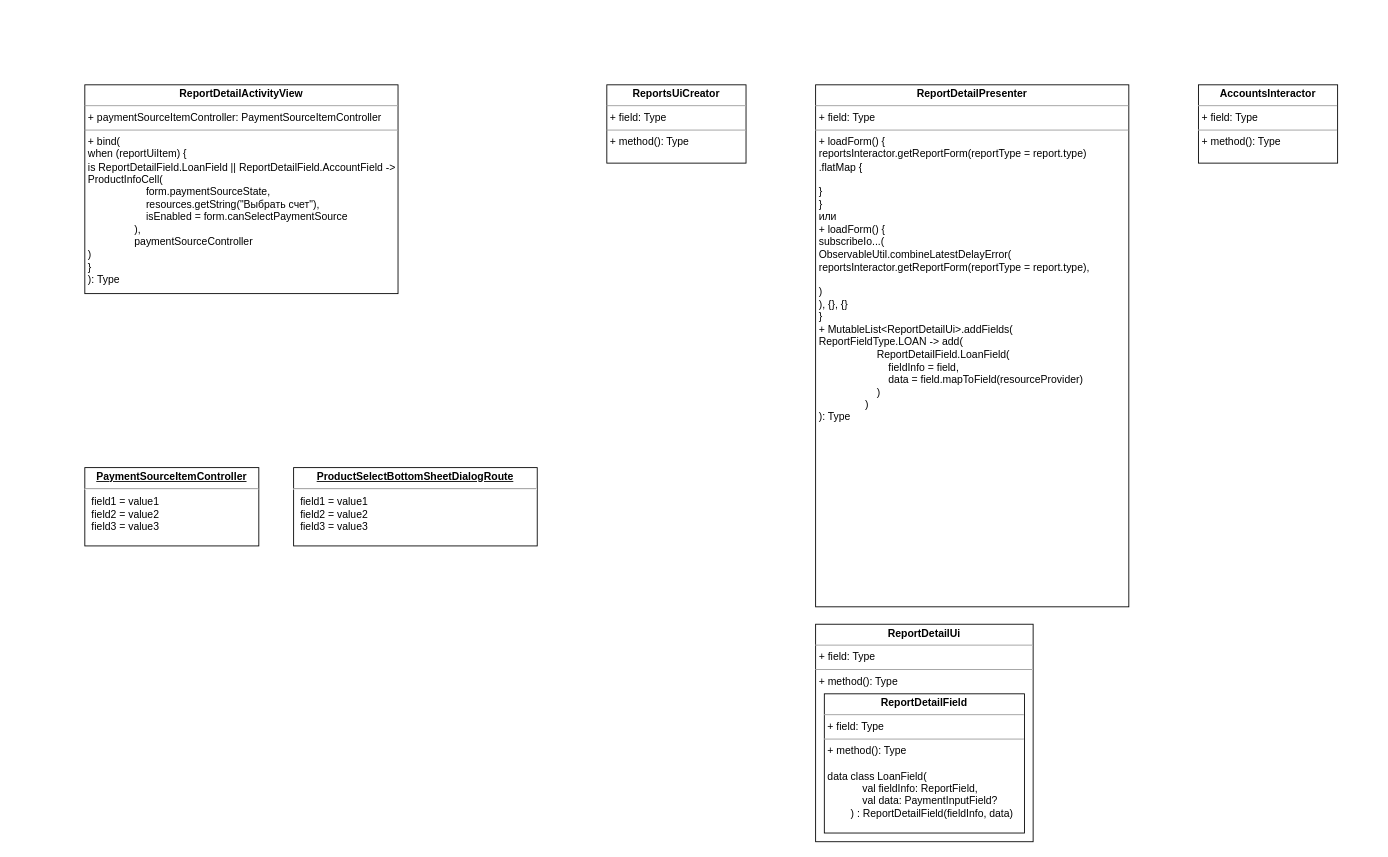
ShiryaevNikolay/diagrams keeps this draw.io diagram as UNI-14812.drawio. Above is the earlier version. Source tidied: cells renumbered, new cells numbered last; positions are measured from the earlier drawing's top-left corner, leaving out a move shared by most shapes. Both pictures are drawn from the tidied source at 87%, with x=0, y=0 at pixel (84, 84).
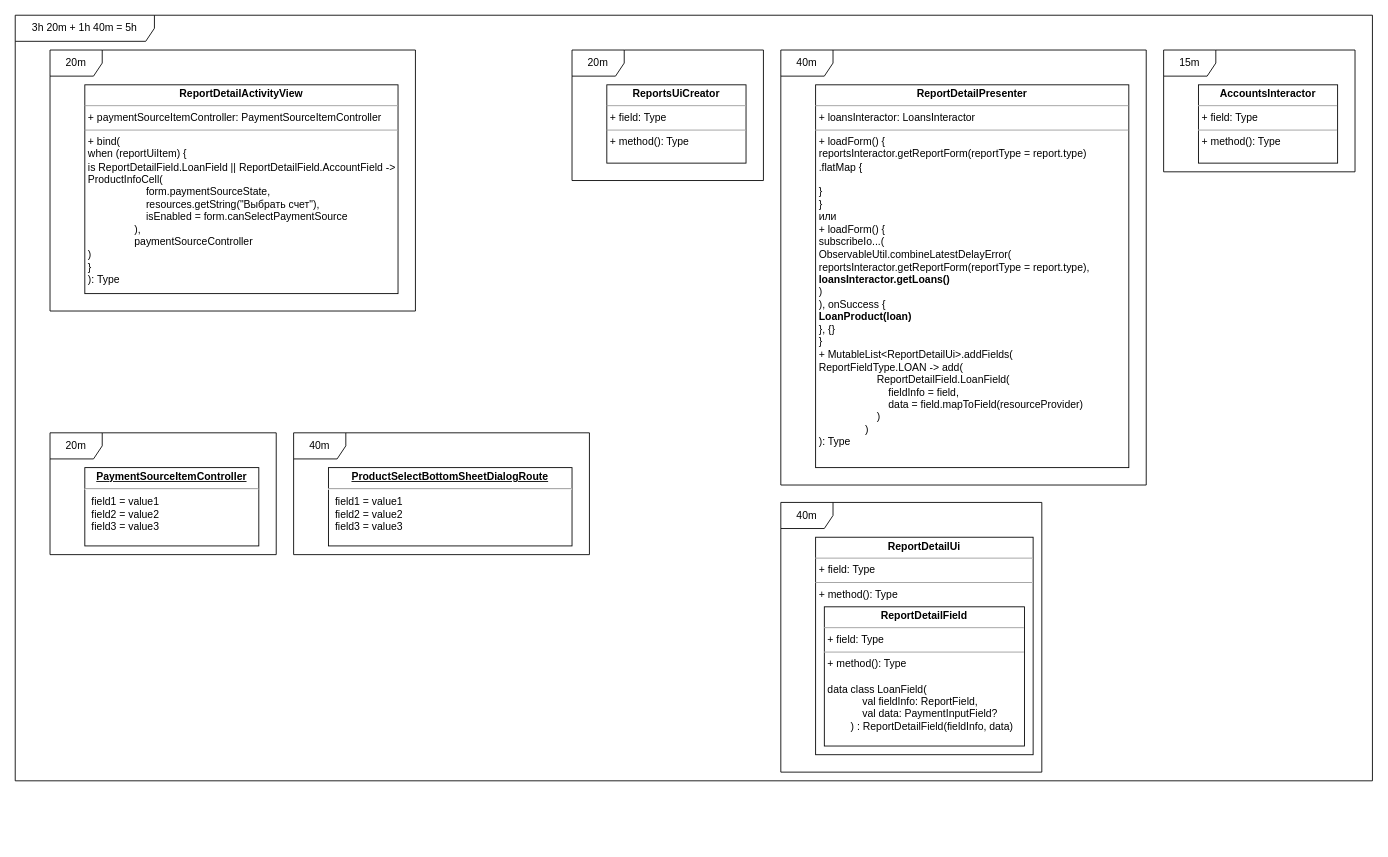
Above is the later version.

Diff of the diagram source:
```diff
@@
 <mxGraphModel>
   <root>
     <mxCell id="0" />
     <mxCell id="1" parent="0" />
     <mxCell id="2" value="&lt;p style=&quot;margin: 0px ; margin-top: 4px ; text-align: center&quot;&gt;&lt;b&gt;ReportDetailActivityView&lt;/b&gt;&lt;/p&gt;&lt;hr size=&quot;1&quot;&gt;&lt;p style=&quot;margin: 0px ; margin-left: 4px&quot;&gt;+ paymentSourceItemController: PaymentSourceItemController&lt;/p&gt;&lt;hr size=&quot;1&quot;&gt;&lt;p style=&quot;margin: 0px ; margin-left: 4px&quot;&gt;+ bind(&lt;/p&gt;&lt;p style=&quot;margin: 0px ; margin-left: 4px&quot;&gt;when (reportUiItem) {&lt;/p&gt;&lt;p style=&quot;margin: 0px ; margin-left: 4px&quot;&gt;is ReportDetailField.LoanField || ReportDetailField.AccountField -&amp;gt; add(&lt;/p&gt;&lt;p style=&quot;margin: 0px ; margin-left: 4px&quot;&gt;ProductInfoCell(&lt;br&gt;&amp;nbsp;&amp;nbsp;&amp;nbsp;&amp;nbsp;&amp;nbsp;&amp;nbsp;&amp;nbsp;&amp;nbsp;&amp;nbsp;&amp;nbsp;&amp;nbsp;&amp;nbsp;&amp;nbsp;&amp;nbsp;&amp;nbsp;&amp;nbsp;&amp;nbsp;&amp;nbsp;&amp;nbsp; form.paymentSourceState,&lt;br&gt;&amp;nbsp;&amp;nbsp;&amp;nbsp;&amp;nbsp;&amp;nbsp;&amp;nbsp;&amp;nbsp;&amp;nbsp;&amp;nbsp;&amp;nbsp;&amp;nbsp;&amp;nbsp;&amp;nbsp;&amp;nbsp;&amp;nbsp;&amp;nbsp;&amp;nbsp;&amp;nbsp;&amp;nbsp; resources.getString(&quot;Выбрать счет&quot;),&lt;br&gt;&amp;nbsp;&amp;nbsp;&amp;nbsp;&amp;nbsp;&amp;nbsp;&amp;nbsp;&amp;nbsp;&amp;nbsp;&amp;nbsp;&amp;nbsp;&amp;nbsp;&amp;nbsp;&amp;nbsp;&amp;nbsp;&amp;nbsp;&amp;nbsp;&amp;nbsp;&amp;nbsp;&amp;nbsp; isEnabled = form.canSelectPaymentSource&lt;br&gt;&amp;nbsp;&amp;nbsp;&amp;nbsp;&amp;nbsp;&amp;nbsp;&amp;nbsp;&amp;nbsp;&amp;nbsp;&amp;nbsp;&amp;nbsp;&amp;nbsp;&amp;nbsp;&amp;nbsp;&amp;nbsp;&amp;nbsp; ),&lt;br&gt;&amp;nbsp;&amp;nbsp;&amp;nbsp;&amp;nbsp;&amp;nbsp;&amp;nbsp;&amp;nbsp;&amp;nbsp;&amp;nbsp;&amp;nbsp;&amp;nbsp;&amp;nbsp;&amp;nbsp;&amp;nbsp;&amp;nbsp; paymentSourceController&lt;br&gt;&lt;/p&gt;&lt;p style=&quot;margin: 0px ; margin-left: 4px&quot;&gt;)&lt;br&gt;&lt;/p&gt;&lt;p style=&quot;margin: 0px ; margin-left: 4px&quot;&gt;}&lt;br&gt;&lt;/p&gt;&lt;p style=&quot;margin: 0px ; margin-left: 4px&quot;&gt;): Type&lt;/p&gt;" style="verticalAlign=top;align=left;overflow=fill;fontSize=12;fontFamily=Helvetica;html=1;" parent="1" vertex="1">
       <mxGeometry width="360" height="240" as="geometry" />
     </mxCell>
     <mxCell id="3" value="&lt;p style=&quot;margin: 0px ; margin-top: 4px ; text-align: center ; text-decoration: underline&quot;&gt;&lt;b&gt;PaymentSourceItemController&lt;/b&gt;&lt;/p&gt;&lt;hr&gt;&lt;p style=&quot;margin: 0px ; margin-left: 8px&quot;&gt;field1 = value1&lt;br&gt;field2 = value2&lt;br&gt;field3 = value3&lt;/p&gt;" style="verticalAlign=top;align=left;overflow=fill;fontSize=12;fontFamily=Helvetica;html=1;" parent="1" vertex="1">
       <mxGeometry y="440" width="200" height="90" as="geometry" />
     </mxCell>
     <mxCell id="4" value="&lt;p style=&quot;margin: 0px ; margin-top: 4px ; text-align: center ; text-decoration: underline&quot;&gt;&lt;b&gt;ProductSelectBottomSheetDialogRoute&lt;/b&gt;&lt;/p&gt;&lt;hr&gt;&lt;p style=&quot;margin: 0px ; margin-left: 8px&quot;&gt;field1 = value1&lt;br&gt;field2 = value2&lt;br&gt;field3 = value3&lt;/p&gt;" style="verticalAlign=top;align=left;overflow=fill;fontSize=12;fontFamily=Helvetica;html=1;" parent="1" vertex="1">
-      <mxGeometry x="240" y="440" width="280" height="90" as="geometry" />
+      <mxGeometry x="280" y="440" width="280" height="90" as="geometry" />
     </mxCell>
-    <mxCell id="5" value="&lt;p style=&quot;margin: 0px ; margin-top: 4px ; text-align: center&quot;&gt;&lt;b&gt;ReportDetailPresenter&lt;/b&gt;&lt;/p&gt;&lt;hr size=&quot;1&quot;&gt;&lt;p style=&quot;margin: 0px ; margin-left: 4px&quot;&gt;+ field: Type&lt;/p&gt;&lt;hr size=&quot;1&quot;&gt;&lt;p style=&quot;margin: 0px ; margin-left: 4px&quot;&gt;+ loadForm() {&lt;/p&gt;&lt;p style=&quot;margin: 0px ; margin-left: 4px&quot;&gt;reportsInteractor.getReportForm(reportType = report.type)&lt;/p&gt;&lt;p style=&quot;margin: 0px ; margin-left: 4px&quot;&gt;.flatMap {&lt;/p&gt;&lt;p style=&quot;margin: 0px ; margin-left: 4px&quot;&gt;&lt;br&gt;&lt;/p&gt;&lt;p style=&quot;margin: 0px ; margin-left: 4px&quot;&gt;}&lt;br&gt;&lt;/p&gt;&lt;p style=&quot;margin: 0px ; margin-left: 4px&quot;&gt;}&lt;/p&gt;&lt;p style=&quot;margin: 0px ; margin-left: 4px&quot;&gt;или&lt;/p&gt;&lt;p style=&quot;margin: 0px ; margin-left: 4px&quot;&gt;+ loadForm() {&lt;/p&gt;&lt;p style=&quot;margin: 0px ; margin-left: 4px&quot;&gt;subscribeIo...(&lt;/p&gt;&lt;p style=&quot;margin: 0px ; margin-left: 4px&quot;&gt;ObservableUtil.combineLatestDelayError(&lt;/p&gt;&lt;p style=&quot;margin: 0px ; margin-left: 4px&quot;&gt;reportsInteractor.getReportForm(reportType = report.type),&lt;/p&gt;&lt;p style=&quot;margin: 0px ; margin-left: 4px&quot;&gt;&lt;br&gt;&lt;/p&gt;&lt;p style=&quot;margin: 0px ; margin-left: 4px&quot;&gt;)&lt;br&gt;&lt;/p&gt;&lt;p style=&quot;margin: 0px ; margin-left: 4px&quot;&gt;), {}, {}&lt;br&gt;&lt;/p&gt;&lt;p style=&quot;margin: 0px ; margin-left: 4px&quot;&gt;}&lt;br&gt;&lt;/p&gt;&lt;p style=&quot;margin: 0px ; margin-left: 4px&quot;&gt;+ MutableList&amp;lt;ReportDetailUi&amp;gt;.addFields(&lt;/p&gt;&lt;p style=&quot;margin: 0px ; margin-left: 4px&quot;&gt;ReportFieldType.LOAN -&amp;gt; add(&lt;br&gt;&amp;nbsp;&amp;nbsp;&amp;nbsp;&amp;nbsp;&amp;nbsp;&amp;nbsp;&amp;nbsp;&amp;nbsp;&amp;nbsp;&amp;nbsp;&amp;nbsp;&amp;nbsp;&amp;nbsp;&amp;nbsp;&amp;nbsp;&amp;nbsp;&amp;nbsp;&amp;nbsp;&amp;nbsp; ReportDetailField.LoanField(&lt;br&gt;&amp;nbsp;&amp;nbsp;&amp;nbsp;&amp;nbsp;&amp;nbsp;&amp;nbsp;&amp;nbsp;&amp;nbsp;&amp;nbsp;&amp;nbsp;&amp;nbsp;&amp;nbsp;&amp;nbsp;&amp;nbsp;&amp;nbsp;&amp;nbsp;&amp;nbsp;&amp;nbsp;&amp;nbsp;&amp;nbsp;&amp;nbsp;&amp;nbsp;&amp;nbsp; fieldInfo = field,&lt;br&gt;&amp;nbsp;&amp;nbsp;&amp;nbsp;&amp;nbsp;&amp;nbsp;&amp;nbsp;&amp;nbsp;&amp;nbsp;&amp;nbsp;&amp;nbsp;&amp;nbsp;&amp;nbsp;&amp;nbsp;&amp;nbsp;&amp;nbsp;&amp;nbsp;&amp;nbsp;&amp;nbsp;&amp;nbsp;&amp;nbsp;&amp;nbsp;&amp;nbsp;&amp;nbsp; data = field.mapToField(resourceProvider)&lt;br&gt;&amp;nbsp;&amp;nbsp;&amp;nbsp;&amp;nbsp;&amp;nbsp;&amp;nbsp;&amp;nbsp;&amp;nbsp;&amp;nbsp;&amp;nbsp;&amp;nbsp;&amp;nbsp;&amp;nbsp;&amp;nbsp;&amp;nbsp;&amp;nbsp;&amp;nbsp;&amp;nbsp;&amp;nbsp; )&lt;br&gt;&amp;nbsp;&amp;nbsp;&amp;nbsp;&amp;nbsp;&amp;nbsp;&amp;nbsp;&amp;nbsp;&amp;nbsp;&amp;nbsp;&amp;nbsp;&amp;nbsp;&amp;nbsp;&amp;nbsp;&amp;nbsp;&amp;nbsp; )&lt;br&gt;&lt;/p&gt;&lt;p style=&quot;margin: 0px ; margin-left: 4px&quot;&gt;): Type&lt;/p&gt;" style="verticalAlign=top;align=left;overflow=fill;fontSize=12;fontFamily=Helvetica;html=1;" parent="1" vertex="1">
-      <mxGeometry x="840" width="360" height="600" as="geometry" />
+    <mxCell id="5" value="&lt;p style=&quot;margin: 0px ; margin-top: 4px ; text-align: center&quot;&gt;&lt;b&gt;ReportDetailPresenter&lt;/b&gt;&lt;/p&gt;&lt;hr size=&quot;1&quot;&gt;&lt;p style=&quot;margin: 0px ; margin-left: 4px&quot;&gt;+ loansInteractor: LoansInteractor&lt;/p&gt;&lt;hr size=&quot;1&quot;&gt;&lt;p style=&quot;margin: 0px ; margin-left: 4px&quot;&gt;+ loadForm() {&lt;/p&gt;&lt;p style=&quot;margin: 0px ; margin-left: 4px&quot;&gt;reportsInteractor.getReportForm(reportType = report.type)&lt;/p&gt;&lt;p style=&quot;margin: 0px ; margin-left: 4px&quot;&gt;.flatMap {&lt;/p&gt;&lt;p style=&quot;margin: 0px ; margin-left: 4px&quot;&gt;&lt;br&gt;&lt;/p&gt;&lt;p style=&quot;margin: 0px ; margin-left: 4px&quot;&gt;}&lt;br&gt;&lt;/p&gt;&lt;p style=&quot;margin: 0px ; margin-left: 4px&quot;&gt;}&lt;/p&gt;&lt;p style=&quot;margin: 0px ; margin-left: 4px&quot;&gt;или&lt;/p&gt;&lt;p style=&quot;margin: 0px ; margin-left: 4px&quot;&gt;+ loadForm() {&lt;/p&gt;&lt;p style=&quot;margin: 0px ; margin-left: 4px&quot;&gt;subscribeIo...(&lt;/p&gt;&lt;p style=&quot;margin: 0px ; margin-left: 4px&quot;&gt;ObservableUtil.combineLatestDelayError(&lt;/p&gt;&lt;p style=&quot;margin: 0px ; margin-left: 4px&quot;&gt;reportsInteractor.getReportForm(reportType = report.type),&lt;/p&gt;&lt;p style=&quot;margin: 0px ; margin-left: 4px&quot;&gt;&lt;b&gt;loansInteractor.getLoans()&lt;/b&gt;&lt;/p&gt;&lt;p style=&quot;margin: 0px ; margin-left: 4px&quot;&gt;)&lt;br&gt;&lt;/p&gt;&lt;p style=&quot;margin: 0px ; margin-left: 4px&quot;&gt;), onSuccess {&lt;/p&gt;&lt;p style=&quot;margin: 0px ; margin-left: 4px&quot;&gt;&lt;b&gt;LoanProduct(loan)&lt;/b&gt;&lt;br&gt;&lt;/p&gt;&lt;p style=&quot;margin: 0px ; margin-left: 4px&quot;&gt;}, {}&lt;br&gt;&lt;/p&gt;&lt;p style=&quot;margin: 0px ; margin-left: 4px&quot;&gt;}&lt;br&gt;&lt;/p&gt;&lt;p style=&quot;margin: 0px ; margin-left: 4px&quot;&gt;+ MutableList&amp;lt;ReportDetailUi&amp;gt;.addFields(&lt;/p&gt;&lt;p style=&quot;margin: 0px ; margin-left: 4px&quot;&gt;ReportFieldType.LOAN -&amp;gt; add(&lt;br&gt;&amp;nbsp;&amp;nbsp;&amp;nbsp;&amp;nbsp;&amp;nbsp;&amp;nbsp;&amp;nbsp;&amp;nbsp;&amp;nbsp;&amp;nbsp;&amp;nbsp;&amp;nbsp;&amp;nbsp;&amp;nbsp;&amp;nbsp;&amp;nbsp;&amp;nbsp;&amp;nbsp;&amp;nbsp; ReportDetailField.LoanField(&lt;br&gt;&amp;nbsp;&amp;nbsp;&amp;nbsp;&amp;nbsp;&amp;nbsp;&amp;nbsp;&amp;nbsp;&amp;nbsp;&amp;nbsp;&amp;nbsp;&amp;nbsp;&amp;nbsp;&amp;nbsp;&amp;nbsp;&amp;nbsp;&amp;nbsp;&amp;nbsp;&amp;nbsp;&amp;nbsp;&amp;nbsp;&amp;nbsp;&amp;nbsp;&amp;nbsp; fieldInfo = field,&lt;br&gt;&amp;nbsp;&amp;nbsp;&amp;nbsp;&amp;nbsp;&amp;nbsp;&amp;nbsp;&amp;nbsp;&amp;nbsp;&amp;nbsp;&amp;nbsp;&amp;nbsp;&amp;nbsp;&amp;nbsp;&amp;nbsp;&amp;nbsp;&amp;nbsp;&amp;nbsp;&amp;nbsp;&amp;nbsp;&amp;nbsp;&amp;nbsp;&amp;nbsp;&amp;nbsp; data = field.mapToField(resourceProvider)&lt;br&gt;&amp;nbsp;&amp;nbsp;&amp;nbsp;&amp;nbsp;&amp;nbsp;&amp;nbsp;&amp;nbsp;&amp;nbsp;&amp;nbsp;&amp;nbsp;&amp;nbsp;&amp;nbsp;&amp;nbsp;&amp;nbsp;&amp;nbsp;&amp;nbsp;&amp;nbsp;&amp;nbsp;&amp;nbsp; )&lt;br&gt;&amp;nbsp;&amp;nbsp;&amp;nbsp;&amp;nbsp;&amp;nbsp;&amp;nbsp;&amp;nbsp;&amp;nbsp;&amp;nbsp;&amp;nbsp;&amp;nbsp;&amp;nbsp;&amp;nbsp;&amp;nbsp;&amp;nbsp; )&lt;br&gt;&lt;/p&gt;&lt;p style=&quot;margin: 0px ; margin-left: 4px&quot;&gt;): Type&lt;/p&gt;" style="verticalAlign=top;align=left;overflow=fill;fontSize=12;fontFamily=Helvetica;html=1;" parent="1" vertex="1">
+      <mxGeometry x="840" width="360" height="440" as="geometry" />
     </mxCell>
     <mxCell id="6" value="&lt;p style=&quot;margin: 0px ; margin-top: 4px ; text-align: center&quot;&gt;&lt;b&gt;ReportsUiCreator&lt;/b&gt;&lt;/p&gt;&lt;hr size=&quot;1&quot;&gt;&lt;p style=&quot;margin: 0px ; margin-left: 4px&quot;&gt;+ field: Type&lt;/p&gt;&lt;hr size=&quot;1&quot;&gt;&lt;p style=&quot;margin: 0px ; margin-left: 4px&quot;&gt;+ method(): Type&lt;/p&gt;" style="verticalAlign=top;align=left;overflow=fill;fontSize=12;fontFamily=Helvetica;html=1;" parent="1" vertex="1">
       <mxGeometry x="600" width="160" height="90" as="geometry" />
     </mxCell>
     <mxCell id="7" value="&lt;p style=&quot;margin: 0px ; margin-top: 4px ; text-align: center&quot;&gt;&lt;b&gt;ReportDetailUi&lt;/b&gt;&lt;/p&gt;&lt;hr size=&quot;1&quot;&gt;&lt;p style=&quot;margin: 0px ; margin-left: 4px&quot;&gt;+ field: Type&lt;/p&gt;&lt;hr size=&quot;1&quot;&gt;&lt;p style=&quot;margin: 0px ; margin-left: 4px&quot;&gt;+ method(): Type&lt;/p&gt;" style="verticalAlign=top;align=left;overflow=fill;fontSize=12;fontFamily=Helvetica;html=1;" parent="1" vertex="1">
-      <mxGeometry x="840" y="620" width="250" height="250" as="geometry" />
+      <mxGeometry x="840" y="520" width="250" height="250" as="geometry" />
     </mxCell>
     <mxCell id="8" value="&lt;p style=&quot;margin: 0px ; margin-top: 4px ; text-align: center&quot;&gt;&lt;b&gt;ReportDetailField&lt;/b&gt;&lt;/p&gt;&lt;hr size=&quot;1&quot;&gt;&lt;p style=&quot;margin: 0px ; margin-left: 4px&quot;&gt;+ field: Type&lt;/p&gt;&lt;hr size=&quot;1&quot;&gt;&lt;p style=&quot;margin: 0px ; margin-left: 4px&quot;&gt;+ method(): Type&lt;/p&gt;&lt;p style=&quot;margin: 0px ; margin-left: 4px&quot;&gt;&lt;br&gt;&lt;/p&gt;&lt;p style=&quot;margin: 0px ; margin-left: 4px&quot;&gt;data class LoanField(&lt;br&gt;&amp;nbsp;&amp;nbsp;&amp;nbsp;&amp;nbsp;&amp;nbsp;&amp;nbsp;&amp;nbsp;&amp;nbsp;&amp;nbsp;&amp;nbsp;&amp;nbsp; val fieldInfo: ReportField,&lt;br&gt;&amp;nbsp;&amp;nbsp;&amp;nbsp;&amp;nbsp;&amp;nbsp;&amp;nbsp;&amp;nbsp;&amp;nbsp;&amp;nbsp;&amp;nbsp;&amp;nbsp; val data: PaymentInputField?&lt;br&gt;&amp;nbsp;&amp;nbsp;&amp;nbsp;&amp;nbsp;&amp;nbsp;&amp;nbsp;&amp;nbsp; ) : ReportDetailField(fieldInfo, data)&lt;br&gt;&lt;/p&gt;" style="verticalAlign=top;align=left;overflow=fill;fontSize=12;fontFamily=Helvetica;html=1;" parent="1" vertex="1">
-      <mxGeometry x="850" y="700" width="230" height="160" as="geometry" />
+      <mxGeometry x="850" y="600" width="230" height="160" as="geometry" />
     </mxCell>
     <mxCell id="9" value="&lt;p style=&quot;margin: 0px ; margin-top: 4px ; text-align: center&quot;&gt;&lt;b&gt;AccountsInteractor&lt;/b&gt;&lt;/p&gt;&lt;hr size=&quot;1&quot;&gt;&lt;p style=&quot;margin: 0px ; margin-left: 4px&quot;&gt;+ field: Type&lt;/p&gt;&lt;hr size=&quot;1&quot;&gt;&lt;p style=&quot;margin: 0px ; margin-left: 4px&quot;&gt;+ method(): Type&lt;/p&gt;" style="verticalAlign=top;align=left;overflow=fill;fontSize=12;fontFamily=Helvetica;html=1;" parent="1" vertex="1">
       <mxGeometry x="1280" width="160" height="90" as="geometry" />
     </mxCell>
+    <mxCell id="10" value="20m" style="shape=umlFrame;whiteSpace=wrap;html=1;" parent="1" vertex="1">
+      <mxGeometry x="-40" y="-40" width="420" height="300" as="geometry" />
+    </mxCell>
+    <mxCell id="11" value="20m" style="shape=umlFrame;whiteSpace=wrap;html=1;" parent="1" vertex="1">
+      <mxGeometry x="560" y="-40" width="220" height="150" as="geometry" />
+    </mxCell>
+    <mxCell id="12" value="20m" style="shape=umlFrame;whiteSpace=wrap;html=1;" parent="1" vertex="1">
+      <mxGeometry x="-40" y="400" width="260" height="140" as="geometry" />
+    </mxCell>
+    <mxCell id="13" value="40m" style="shape=umlFrame;whiteSpace=wrap;html=1;" parent="1" vertex="1">
+      <mxGeometry x="240" y="400" width="340" height="140" as="geometry" />
+    </mxCell>
+    <mxCell id="14" value="40m" style="shape=umlFrame;whiteSpace=wrap;html=1;" parent="1" vertex="1">
+      <mxGeometry x="800" y="-40" width="420" height="500" as="geometry" />
+    </mxCell>
+    <mxCell id="15" value="40m" style="shape=umlFrame;whiteSpace=wrap;html=1;" parent="1" vertex="1">
+      <mxGeometry x="800" y="480" width="300" height="310" as="geometry" />
+    </mxCell>
+    <mxCell id="16" value="15m" style="shape=umlFrame;whiteSpace=wrap;html=1;" parent="1" vertex="1">
+      <mxGeometry x="1240" y="-40" width="220" height="140" as="geometry" />
+    </mxCell>
+    <mxCell id="17" value="3h 20m + 1h 40m = 5h" style="shape=umlFrame;whiteSpace=wrap;html=1;width=160;height=30;" parent="1" vertex="1">
+      <mxGeometry x="-80" y="-80" width="1560" height="880" as="geometry" />
+    </mxCell>
   </root>
 </mxGraphModel>
```
